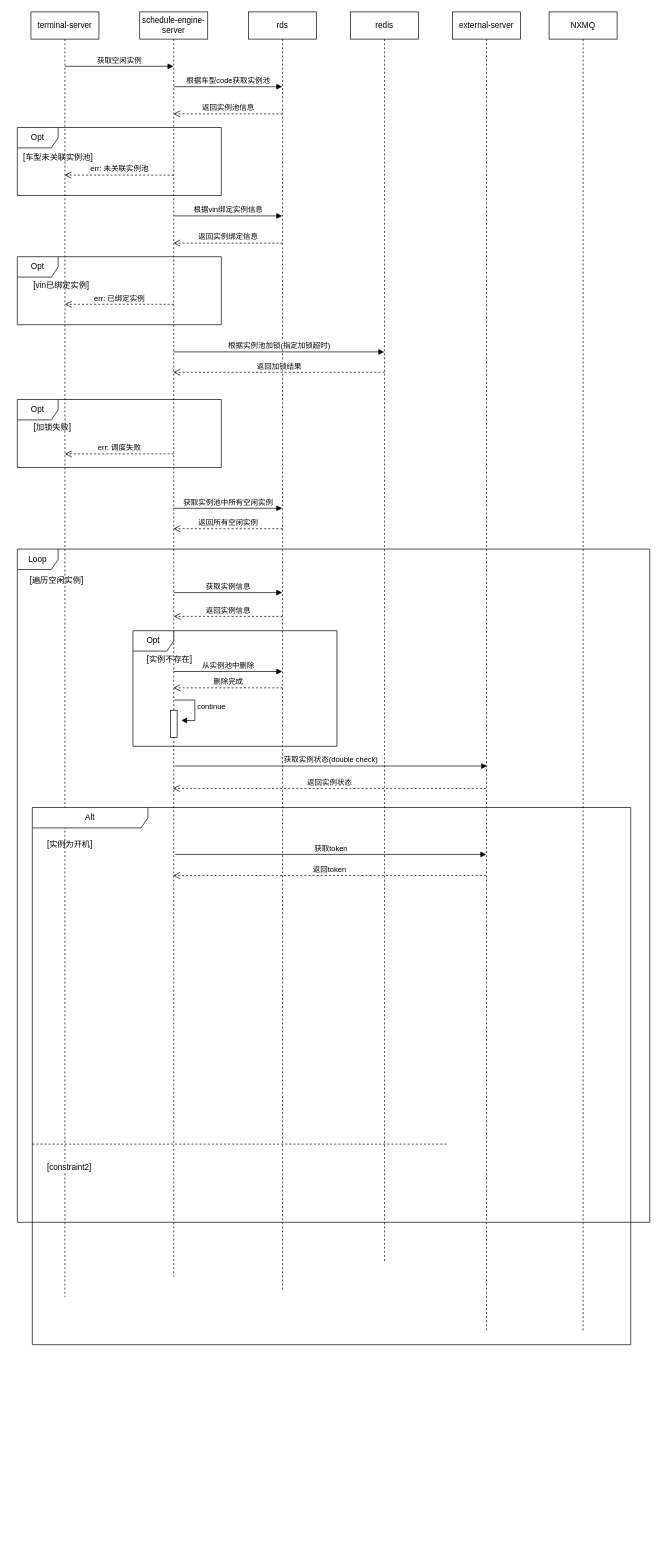
The draw.io diagram mbo/调度引擎-获取空闲实例.drawio in twomorehours/drawio-repo, before the edit. Source tidied: cells renumbered, new cells numbered last; positions are measured from the earlier drawing's top-left corner, leaving out a move shared by most shapes. Both pictures are drawn from the tidied source at 68%, with x=0, y=0 at pixel (12, 12).
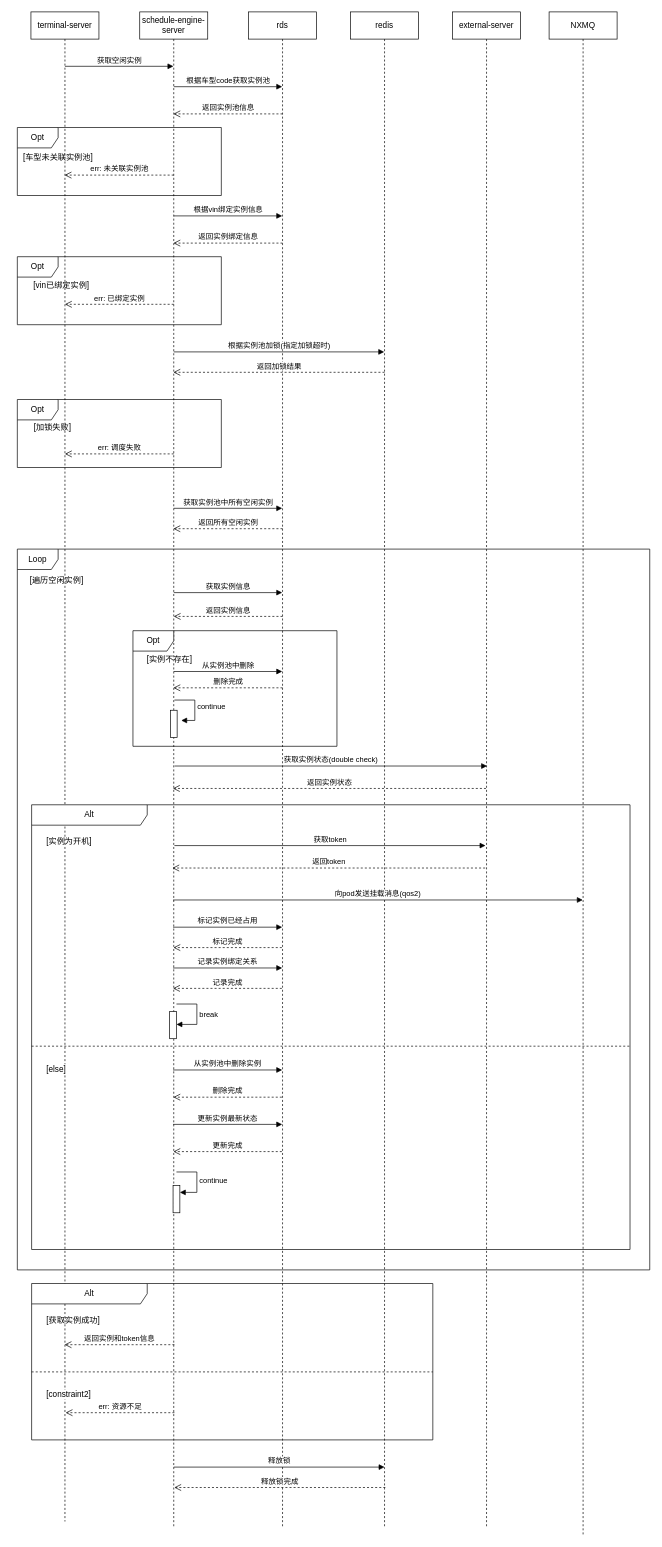
The same page after the edit.

Commit message:
已添加 调度引擎-获取空闲实例.drawio

Change to the diagram source:
```diff
@@
     <mxCell id="2" value="terminal-server" style="shape=umlLifeline;perimeter=lifelinePerimeter;whiteSpace=wrap;html=1;outlineConnect=0;portConstraint=eastwest;newEdgeStyle={&quot;curved&quot;:0,&quot;rounded&quot;:0};" parent="1" vertex="1">
-      <mxGeometry x="28" width="100" height="1890" as="geometry" />
+      <mxGeometry x="28" width="100" height="2220" as="geometry" />
     </mxCell>
     <mxCell id="3" value="schedule-engine-server" style="shape=umlLifeline;perimeter=lifelinePerimeter;whiteSpace=wrap;html=1;outlineConnect=0;portConstraint=eastwest;newEdgeStyle={&quot;curved&quot;:0,&quot;rounded&quot;:0};" parent="1" vertex="1">
-      <mxGeometry x="188" width="100" height="1860" as="geometry" />
+      <mxGeometry x="188" width="100" height="2230" as="geometry" />
     </mxCell>
     <mxCell id="4" value="rds" style="shape=umlLifeline;perimeter=lifelinePerimeter;whiteSpace=wrap;html=1;outlineConnect=0;portConstraint=eastwest;newEdgeStyle={&quot;curved&quot;:0,&quot;rounded&quot;:0};" parent="1" vertex="1">
-      <mxGeometry x="348" width="100" height="1880" as="geometry" />
+      <mxGeometry x="348" width="100" height="2230" as="geometry" />
     </mxCell>
     <mxCell id="5" value="redis" style="shape=umlLifeline;perimeter=lifelinePerimeter;whiteSpace=wrap;html=1;outlineConnect=0;portConstraint=eastwest;newEdgeStyle={&quot;curved&quot;:0,&quot;rounded&quot;:0};" parent="1" vertex="1">
-      <mxGeometry x="498" width="100" height="1840" as="geometry" />
+      <mxGeometry x="498" width="100" height="2230" as="geometry" />
     </mxCell>
     <mxCell id="6" value="external-server" style="shape=umlLifeline;perimeter=lifelinePerimeter;whiteSpace=wrap;html=1;newEdgeStyle={&quot;curved&quot;:0,&quot;rounded&quot;:0};" parent="1" vertex="1">
-      <mxGeometry x="648" width="100" height="1940" as="geometry" />
+      <mxGeometry x="648" width="100" height="2230" as="geometry" />
     </mxCell>
@@
     <mxCell id="25" value="Loop" style="shape=umlFrame;whiteSpace=wrap;html=1;" parent="1" vertex="1">
-      <mxGeometry x="8" y="790" width="930" height="990" as="geometry" />
+      <mxGeometry x="8" y="790" width="930" height="1060" as="geometry" />
     </mxCell>
@@
     <mxCell id="29" value="Alt" style="shape=umlFrame;whiteSpace=wrap;html=1;width=170;" parent="1" vertex="1">
-      <mxGeometry x="30" y="1170" width="880" height="790" as="geometry" />
+      <mxGeometry x="29" y="1166" width="880" height="654" as="geometry" />
     </mxCell>
@@
-    <mxCell id="31" value="[constraint2]" style="line;strokeWidth=1;dashed=1;labelPosition=center;verticalLabelPosition=bottom;align=left;verticalAlign=top;spacingLeft=20;spacingTop=15;html=1;whiteSpace=wrap;" parent="29" vertex="1">
-      <mxGeometry y="490" width="610" height="10" as="geometry" />
+    <mxCell id="31" value="[else]" style="line;strokeWidth=1;dashed=1;labelPosition=center;verticalLabelPosition=bottom;align=left;verticalAlign=top;spacingLeft=20;spacingTop=15;html=1;whiteSpace=wrap;" parent="29" vertex="1">
+      <mxGeometry y="350" width="880" height="10" as="geometry" />
     </mxCell>
     <mxCell id="32" value="获取token" style="html=1;verticalAlign=bottom;endArrow=block;curved=0;rounded=0;" parent="29" edge="1">
       <mxGeometry relative="1" as="geometry">
-        <mxPoint x="210" y="69" as="sourcePoint" />
-        <mxPoint x="667.5" y="69" as="targetPoint" />
+        <mxPoint x="210" y="60" as="sourcePoint" />
+        <mxPoint x="667.5" y="60" as="targetPoint" />
       </mxGeometry>
     </mxCell>
     <mxCell id="33" value="返回token" style="html=1;verticalAlign=bottom;endArrow=open;dashed=1;endSize=8;curved=0;rounded=0;" parent="29" edge="1">
       <mxGeometry relative="1" as="geometry">
-        <mxPoint x="667" y="100" as="sourcePoint" />
-        <mxPoint x="207" y="100" as="targetPoint" />
+        <mxPoint x="667" y="93" as="sourcePoint" />
+        <mxPoint x="207" y="93" as="targetPoint" />
       </mxGeometry>
     </mxCell>
+    <mxCell id="43" value="向pod发送挂载消息(qos2)" style="html=1;verticalAlign=bottom;endArrow=block;curved=0;rounded=0;" parent="29" edge="1" target="34">
+      <mxGeometry relative="1" as="geometry">
+        <mxPoint x="208" y="140" as="sourcePoint" />
+      </mxGeometry>
+    </mxCell>
+    <mxCell id="44" value="标记实例已经占用" style="html=1;verticalAlign=bottom;endArrow=block;curved=0;rounded=0;" parent="29" edge="1" target="4">
+      <mxGeometry relative="1" as="geometry">
+        <mxPoint x="208" y="180" as="sourcePoint" />
+      </mxGeometry>
+    </mxCell>
+    <mxCell id="45" value="标记完成" style="html=1;verticalAlign=bottom;endArrow=open;dashed=1;endSize=8;curved=0;rounded=0;" parent="29" edge="1" target="3">
+      <mxGeometry relative="1" as="geometry">
+        <mxPoint x="368" y="210" as="sourcePoint" />
+      </mxGeometry>
+    </mxCell>
+    <mxCell id="46" value="记录实例绑定关系" style="html=1;verticalAlign=bottom;endArrow=block;curved=0;rounded=0;" parent="29" edge="1" target="4">
+      <mxGeometry relative="1" as="geometry">
+        <mxPoint x="208" y="240" as="sourcePoint" />
+      </mxGeometry>
+    </mxCell>
+    <mxCell id="47" value="记录完成" style="html=1;verticalAlign=bottom;endArrow=open;dashed=1;endSize=8;curved=0;rounded=0;" parent="29" edge="1">
+      <mxGeometry relative="1" as="geometry">
+        <mxPoint x="368" y="270" as="sourcePoint" />
+        <mxPoint x="208" y="270" as="targetPoint" />
+      </mxGeometry>
+    </mxCell>
+    <mxCell id="48" value="从实例池中删除实例" style="html=1;verticalAlign=bottom;endArrow=block;curved=0;rounded=0;" parent="29" edge="1" target="4">
+      <mxGeometry relative="1" as="geometry">
+        <mxPoint x="208" y="390" as="sourcePoint" />
+      </mxGeometry>
+    </mxCell>
+    <mxCell id="49" value="删除完成" style="html=1;verticalAlign=bottom;endArrow=open;dashed=1;endSize=8;curved=0;rounded=0;" parent="29" edge="1" target="3">
+      <mxGeometry relative="1" as="geometry">
+        <mxPoint x="368" y="430" as="sourcePoint" />
+      </mxGeometry>
+    </mxCell>
+    <mxCell id="50" value="更新实例最新状态" style="html=1;verticalAlign=bottom;endArrow=block;curved=0;rounded=0;" parent="29" edge="1" target="4">
+      <mxGeometry relative="1" as="geometry">
+        <mxPoint x="208" y="470" as="sourcePoint" />
+      </mxGeometry>
+    </mxCell>
+    <mxCell id="51" value="更新完成" style="html=1;verticalAlign=bottom;endArrow=open;dashed=1;endSize=8;curved=0;rounded=0;" parent="29" edge="1" target="3">
+      <mxGeometry relative="1" as="geometry">
+        <mxPoint x="368" y="510" as="sourcePoint" />
+      </mxGeometry>
+    </mxCell>
+    <mxCell id="52" style="html=1;points=[[0,0,0,0,5],[0,1,0,0,-5],[1,0,0,0,5],[1,1,0,0,-5]];perimeter=orthogonalPerimeter;outlineConnect=0;targetShapes=umlLifeline;portConstraint=eastwest;newEdgeStyle={&quot;curved&quot;:0,&quot;rounded&quot;:0};" parent="29" vertex="1">
+      <mxGeometry x="208" y="560" width="10" height="40" as="geometry" />
+    </mxCell>
+    <mxCell id="53" value="continue" style="html=1;align=left;spacingLeft=2;endArrow=block;rounded=0;edgeStyle=orthogonalEdgeStyle;curved=0;rounded=0;" parent="29" edge="1" target="52">
+      <mxGeometry relative="1" as="geometry">
+        <mxPoint x="213" y="540" as="sourcePoint" />
+        <Array as="points">
+          <mxPoint x="243" y="570" />
+        </Array>
+      </mxGeometry>
+    </mxCell>
+    <mxCell id="54" style="html=1;perimeter=orthogonalPerimeter;targetShapes=umlLifeline;newEdgeStyle={&quot;curved&quot;:0,&quot;rounded&quot;:0};" parent="29" vertex="1">
+      <mxGeometry x="203" y="304" width="10" height="40" as="geometry" />
+    </mxCell>
+    <mxCell id="55" value="break" style="html=1;align=left;spacingLeft=2;endArrow=block;rounded=0;edgeStyle=orthogonalEdgeStyle;curved=0;rounded=0;" parent="29" edge="1">
+      <mxGeometry relative="1" as="geometry">
+        <mxPoint x="213" y="293" as="sourcePoint" />
+        <mxPoint x="213" y="323" as="targetPoint" />
+        <Array as="points">
+          <mxPoint x="243" y="323" />
+        </Array>
+      </mxGeometry>
+    </mxCell>
     <mxCell id="34" value="NXMQ" style="shape=umlLifeline;perimeter=lifelinePerimeter;whiteSpace=wrap;html=1;outlineConnect=0;portConstraint=eastwest;newEdgeStyle={&quot;curved&quot;:0,&quot;rounded&quot;:0};" parent="1" vertex="1">
-      <mxGeometry x="790" width="100" height="1940" as="geometry" />
+      <mxGeometry x="790" width="100" height="2240" as="geometry" />
     </mxCell>
@@
+    <mxCell id="56" value="释放锁" style="html=1;verticalAlign=bottom;endArrow=block;curved=0;rounded=0;" parent="1" edge="1">
+      <mxGeometry relative="1" as="geometry">
+        <mxPoint x="238" y="2140" as="sourcePoint" />
+        <mxPoint x="548" y="2140" as="targetPoint" />
+      </mxGeometry>
+    </mxCell>
+    <mxCell id="57" value="释放锁完成" style="html=1;verticalAlign=bottom;endArrow=open;dashed=1;endSize=8;curved=0;rounded=0;" parent="1" edge="1">
+      <mxGeometry relative="1" as="geometry">
+        <mxPoint x="549.2" y="2170" as="sourcePoint" />
+        <mxPoint x="238.8" y="2170" as="targetPoint" />
+      </mxGeometry>
+    </mxCell>
+    <mxCell id="58" value="Alt" style="shape=umlFrame;whiteSpace=wrap;html=1;width=170;" parent="1" vertex="1">
+      <mxGeometry x="29" y="1870" width="590" height="230" as="geometry" />
+    </mxCell>
+    <mxCell id="59" value="[获取实例成功]" style="text;html=1;" parent="58" vertex="1">
+      <mxGeometry width="100" height="20" relative="1" as="geometry">
+        <mxPoint x="20" y="40" as="offset" />
+      </mxGeometry>
+    </mxCell>
+    <mxCell id="60" value="[constraint2]" style="line;strokeWidth=1;dashed=1;labelPosition=center;verticalLabelPosition=bottom;align=left;verticalAlign=top;spacingLeft=20;spacingTop=15;html=1;whiteSpace=wrap;" parent="58" vertex="1">
+      <mxGeometry y="125" width="590" height="10" as="geometry" />
+    </mxCell>
+    <mxCell id="61" value="返回实例和token信息" style="html=1;verticalAlign=bottom;endArrow=open;dashed=1;endSize=8;curved=0;rounded=0;" parent="58" edge="1" target="2">
+      <mxGeometry relative="1" as="geometry">
+        <mxPoint x="210" y="90" as="sourcePoint" />
+      </mxGeometry>
+    </mxCell>
+    <mxCell id="62" value="err: 资源不足" style="html=1;verticalAlign=bottom;endArrow=open;dashed=1;endSize=8;curved=0;rounded=0;" parent="58" edge="1">
+      <mxGeometry relative="1" as="geometry">
+        <mxPoint x="210" y="190" as="sourcePoint" />
+        <mxPoint x="50" y="190" as="targetPoint" />
+      </mxGeometry>
+    </mxCell>
```
